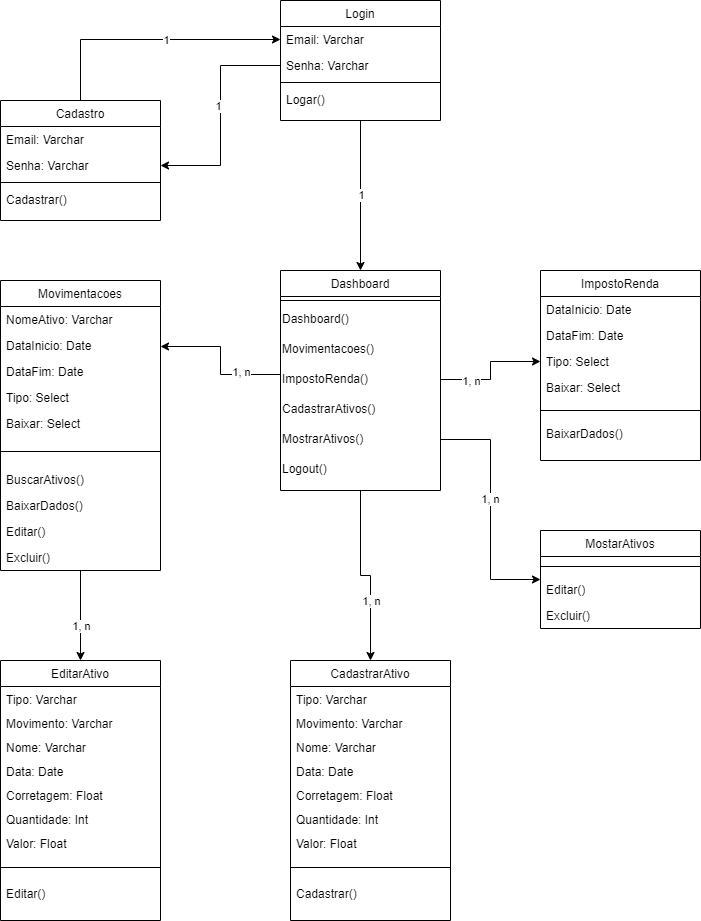
Above: imagens/Diagrama.png in Daniel1542/Laravel-gerenciador-acoes (draw.io), before the change. Source tidied: cells renumbered, new cells last; positions are measured from the earlier drawing's top-left corner, leaving out a move shared by most shapes.
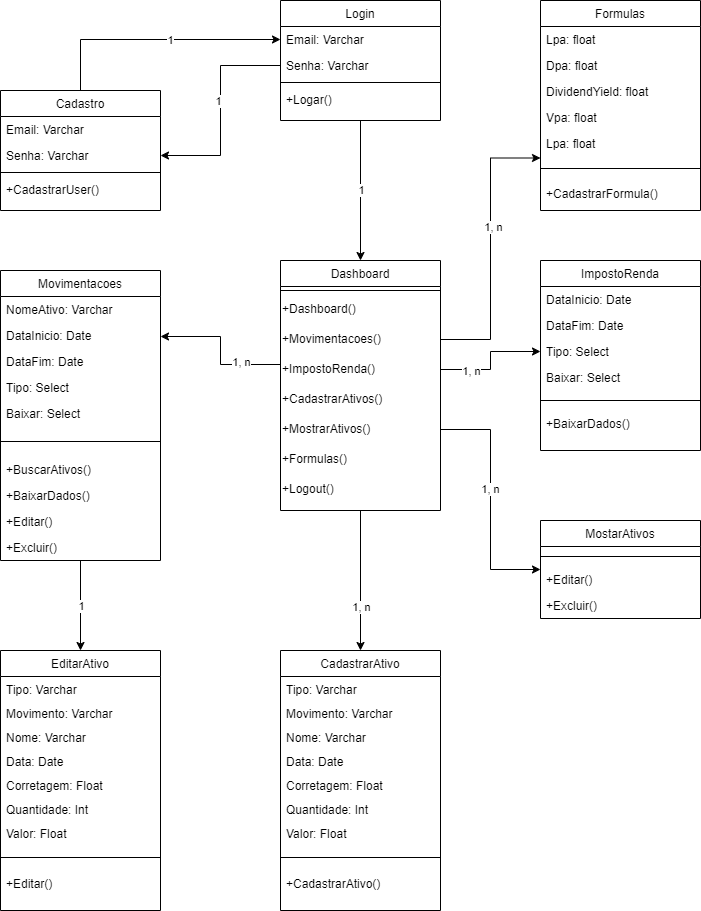
The same file after the commit.

The edit, as a diff of the source:
```diff
@@ -14,15 +14,15 @@
     <mxCell id="5" style="line;html=1;strokeWidth=1;align=left;verticalAlign=middle;spacingTop=-1;spacingLeft=3;spacingRight=3;labelPosition=right;" parent="2" vertex="1">
       <mxGeometry y="78" width="160" height="8" as="geometry" />
     </mxCell>
-    <mxCell id="6" value="Cadastrar()" style="text;align=left;verticalAlign=top;spacingLeft=4;spacingRight=4;overflow=hidden;" parent="2" vertex="1">
+    <mxCell id="6" value="+CadastrarUser()" style="text;align=left;verticalAlign=top;spacingLeft=4;spacingRight=4;overflow=hidden;" parent="2" vertex="1">
       <mxGeometry y="86" width="160" height="26" as="geometry" />
     </mxCell>
     <mxCell id="7" style="edgeStyle=orthogonalEdgeStyle;rounded=0;jettySize=auto;html=1;entryX=0.5;entryY=0;entryDx=0;entryDy=0;" parent="1" edge="1" source="9" target="20">
       <mxGeometry relative="1" as="geometry" />
     </mxCell>
-    <mxCell id="8" value="1, n" style="edgeLabel;html=1;align=center;verticalAlign=middle;" parent="7" vertex="1">
+    <mxCell id="8" value="1" style="edgeLabel;html=1;align=center;verticalAlign=middle;" parent="7" vertex="1">
       <mxGeometry x="0.51" y="-1" relative="1" as="geometry">
-        <mxPoint x="1" y="-13" as="offset" />
+        <mxPoint x="1" y="-23" as="offset" />
       </mxGeometry>
     </mxCell>
     <mxCell id="9" value="Movimentacoes" style="swimlane;fontStyle=0;align=center;verticalAlign=top;horizontal=1;startSize=26;rounded=0;shadow=0;strokeWidth=1;" parent="1" vertex="1">
@@ -46,16 +46,16 @@
     <mxCell id="15" style="line;html=1;strokeWidth=1;align=left;verticalAlign=middle;spacingTop=-1;spacingLeft=3;spacingRight=3;labelPosition=right;" parent="9" vertex="1">
       <mxGeometry y="156" width="160" height="30" as="geometry" />
     </mxCell>
-    <mxCell id="16" value="BuscarAtivos()" style="text;align=left;verticalAlign=top;spacingLeft=4;spacingRight=4;overflow=hidden;" parent="9" vertex="1">
+    <mxCell id="16" value="+BuscarAtivos()" style="text;align=left;verticalAlign=top;spacingLeft=4;spacingRight=4;overflow=hidden;" parent="9" vertex="1">
       <mxGeometry y="186" width="160" height="26" as="geometry" />
     </mxCell>
-    <mxCell id="17" value="BaixarDados()" style="text;align=left;verticalAlign=top;spacingLeft=4;spacingRight=4;overflow=hidden;" parent="9" vertex="1">
+    <mxCell id="17" value="+BaixarDados()" style="text;align=left;verticalAlign=top;spacingLeft=4;spacingRight=4;overflow=hidden;" parent="9" vertex="1">
       <mxGeometry y="212" width="160" height="26" as="geometry" />
     </mxCell>
-    <mxCell id="18" value="Editar()" style="text;align=left;verticalAlign=top;spacingLeft=4;spacingRight=4;overflow=hidden;" parent="9" vertex="1">
+    <mxCell id="18" value="+Editar()" style="text;align=left;verticalAlign=top;spacingLeft=4;spacingRight=4;overflow=hidden;" parent="9" vertex="1">
       <mxGeometry y="238" width="160" height="26" as="geometry" />
     </mxCell>
-    <mxCell id="19" value="Excluir()" style="text;align=left;verticalAlign=top;spacingLeft=4;spacingRight=4;overflow=hidden;" parent="9" vertex="1">
+    <mxCell id="19" value="+Excluir()" style="text;align=left;verticalAlign=top;spacingLeft=4;spacingRight=4;overflow=hidden;" parent="9" vertex="1">
       <mxGeometry y="264" width="160" height="26" as="geometry" />
     </mxCell>
     <mxCell id="20" value="EditarAtivo&#10;&#10;" style="swimlane;fontStyle=0;align=center;verticalAlign=top;horizontal=1;startSize=26;rounded=0;shadow=0;strokeWidth=1;" parent="1" vertex="1">
@@ -85,7 +85,7 @@
     <mxCell id="28" style="line;html=1;strokeWidth=1;align=left;verticalAlign=middle;spacingTop=-1;spacingLeft=3;spacingRight=3;labelPosition=right;" parent="20" vertex="1">
       <mxGeometry y="194" width="160" height="26" as="geometry" />
     </mxCell>
-    <mxCell id="29" value="Editar()" style="text;align=left;verticalAlign=top;spacingLeft=4;spacingRight=4;overflow=hidden;" parent="20" vertex="1">
+    <mxCell id="29" value="+Editar()" style="text;align=left;verticalAlign=top;spacingLeft=4;spacingRight=4;overflow=hidden;" parent="20" vertex="1">
       <mxGeometry y="220" width="160" height="26" as="geometry" />
     </mxCell>
     <mxCell id="30" style="edgeStyle=orthogonalEdgeStyle;rounded=0;jettySize=auto;html=1;entryX=0.5;entryY=0;entryDx=0;entryDy=0;" parent="1" edge="1" source="32" target="39">
@@ -95,7 +95,7 @@
       <mxGeometry x="-0.01" relative="1" as="geometry" />
     </mxCell>
     <mxCell id="32" value="Login" style="swimlane;fontStyle=0;align=center;verticalAlign=top;horizontal=1;startSize=26;rounded=0;shadow=0;strokeWidth=1;" parent="1" vertex="1">
-      <mxGeometry x="280" width="160" height="120" as="geometry" />
+      <mxGeometry x="280" y="10" width="160" height="120" as="geometry" />
     </mxCell>
     <mxCell id="33" value="Email: Varchar" style="text;align=left;verticalAlign=top;spacingLeft=4;spacingRight=4;overflow=hidden;points=[[0,0.5],[1,0.5]];portConstraint=eastwest;" parent="32" vertex="1">
       <mxGeometry y="26" width="160" height="26" as="geometry" />
@@ -106,7 +106,7 @@
     <mxCell id="35" style="line;html=1;strokeWidth=1;align=left;verticalAlign=middle;spacingTop=-1;spacingLeft=3;spacingRight=3;labelPosition=right;" parent="32" vertex="1">
       <mxGeometry y="78" width="160" height="8" as="geometry" />
     </mxCell>
-    <mxCell id="36" value="Logar()" style="text;align=left;verticalAlign=top;spacingLeft=4;spacingRight=4;overflow=hidden;" parent="32" vertex="1">
+    <mxCell id="36" value="+Logar()" style="text;align=left;verticalAlign=top;spacingLeft=4;spacingRight=4;overflow=hidden;" parent="32" vertex="1">
       <mxGeometry y="86" width="160" height="26" as="geometry" />
     </mxCell>
     <mxCell id="37" style="edgeStyle=orthogonalEdgeStyle;rounded=0;jettySize=auto;html=1;entryX=0.5;entryY=0;entryDx=0;entryDy=0;" parent="1" edge="1" source="39" target="51">
@@ -118,29 +118,32 @@
       </mxGeometry>
     </mxCell>
     <mxCell id="39" value="Dashboard" style="swimlane;fontStyle=0;align=center;verticalAlign=top;horizontal=1;startSize=26;rounded=0;shadow=0;strokeWidth=1;" parent="1" vertex="1">
-      <mxGeometry x="280" y="270" width="160" height="220" as="geometry" />
+      <mxGeometry x="280" y="270" width="160" height="250" as="geometry" />
     </mxCell>
     <mxCell id="40" style="line;html=1;strokeWidth=1;align=left;verticalAlign=middle;spacingTop=-1;spacingLeft=3;spacingRight=3;labelPosition=right;" parent="39" vertex="1">
       <mxGeometry y="26" width="160" height="8" as="geometry" />
     </mxCell>
-    <mxCell id="41" value="&lt;span style=&quot;&quot;&gt;Dashboard()&lt;/span&gt;" style="text;html=1;align=left;verticalAlign=middle;strokeColor=none;fillColor=none;" parent="39" vertex="1">
+    <mxCell id="41" value="&lt;span style=&quot;&quot;&gt;+Dashboard()&lt;/span&gt;" style="text;html=1;align=left;verticalAlign=middle;strokeColor=none;fillColor=none;" parent="39" vertex="1">
       <mxGeometry y="34" width="160" height="30" as="geometry" />
     </mxCell>
-    <mxCell id="42" value="&lt;span style=&quot;&quot;&gt;Movimentacoes()&lt;/span&gt;" style="text;html=1;align=left;verticalAlign=middle;points=[];strokeColor=none;fillColor=none;" parent="39" vertex="1">
+    <mxCell id="42" value="&lt;span style=&quot;&quot;&gt;+Movimentacoes()&lt;/span&gt;" style="text;html=1;align=left;verticalAlign=middle;points=[];strokeColor=none;fillColor=none;" parent="39" vertex="1">
       <mxGeometry y="64" width="160" height="30" as="geometry" />
     </mxCell>
-    <mxCell id="43" value="&lt;span style=&quot;&quot;&gt;ImpostoRenda()&lt;/span&gt;" style="text;html=1;align=left;verticalAlign=middle;points=[];strokeColor=none;fillColor=none;" parent="39" vertex="1">
+    <mxCell id="43" value="&lt;span style=&quot;&quot;&gt;+ImpostoRenda()&lt;/span&gt;" style="text;html=1;align=left;verticalAlign=middle;points=[];strokeColor=none;fillColor=none;" parent="39" vertex="1">
       <mxGeometry y="94" width="160" height="30" as="geometry" />
     </mxCell>
-    <mxCell id="44" value="&lt;span style=&quot;&quot;&gt;CadastrarAtivos()&lt;/span&gt;" style="text;html=1;align=left;verticalAlign=middle;strokeColor=none;fillColor=none;" parent="39" vertex="1">
+    <mxCell id="44" value="&lt;span style=&quot;&quot;&gt;+CadastrarAtivos()&lt;/span&gt;" style="text;html=1;align=left;verticalAlign=middle;strokeColor=none;fillColor=none;" parent="39" vertex="1">
       <mxGeometry y="124" width="160" height="30" as="geometry" />
     </mxCell>
-    <mxCell id="45" value="&lt;span style=&quot;&quot;&gt;MostrarAtivos()&lt;/span&gt;" style="text;html=1;align=left;verticalAlign=middle;points=[];strokeColor=none;fillColor=none;" parent="39" vertex="1">
+    <mxCell id="45" value="&lt;span style=&quot;&quot;&gt;+MostrarAtivos()&lt;/span&gt;" style="text;html=1;align=left;verticalAlign=middle;points=[];strokeColor=none;fillColor=none;" parent="39" vertex="1">
       <mxGeometry y="154" width="160" height="30" as="geometry" />
     </mxCell>
-    <mxCell id="46" value="&lt;span style=&quot;&quot;&gt;Logout()&lt;/span&gt;" style="text;html=1;align=left;verticalAlign=middle;strokeColor=none;fillColor=none;" parent="39" vertex="1">
+    <mxCell id="46" value="&lt;span style=&quot;&quot;&gt;+Formulas()&lt;/span&gt;" style="text;html=1;align=left;verticalAlign=middle;strokeColor=none;fillColor=none;" parent="39" vertex="1">
       <mxGeometry y="184" width="160" height="30" as="geometry" />
     </mxCell>
+    <mxCell id="78" value="&lt;span style=&quot;&quot;&gt;+Logout()&lt;/span&gt;" style="text;html=1;align=left;verticalAlign=middle;strokeColor=none;fillColor=none;" parent="39" vertex="1">
+      <mxGeometry y="214" width="160" height="30" as="geometry" />
+    </mxCell>
     <mxCell id="47" style="edgeStyle=orthogonalEdgeStyle;rounded=0;jettySize=auto;html=1;entryX=0;entryY=0.5;entryDx=0;entryDy=0;" parent="1" edge="1" source="2" target="33">
       <mxGeometry relative="1" as="geometry" />
     </mxCell>
@@ -164,7 +167,7 @@
       </mxGeometry>
     </mxCell>
     <mxCell id="51" value="CadastrarAtivo&#10;" style="swimlane;fontStyle=0;align=center;verticalAlign=top;horizontal=1;startSize=26;rounded=0;shadow=0;strokeWidth=1;" parent="1" vertex="1">
-      <mxGeometry x="290" y="660" width="160" height="260" as="geometry" />
+      <mxGeometry x="280" y="660" width="160" height="260" as="geometry" />
     </mxCell>
     <mxCell id="52" value="Tipo: Varchar " style="text;align=left;verticalAlign=top;spacingLeft=4;spacingRight=4;overflow=hidden;" parent="51" vertex="1">
       <mxGeometry y="26" width="160" height="24" as="geometry" />
@@ -190,7 +193,7 @@
     <mxCell id="59" style="line;html=1;strokeWidth=1;align=left;verticalAlign=middle;spacingTop=-1;spacingLeft=3;spacingRight=3;labelPosition=right;" parent="51" vertex="1">
       <mxGeometry y="194" width="160" height="26" as="geometry" />
     </mxCell>
-    <mxCell id="60" value="Cadastrar()" style="text;align=left;verticalAlign=top;spacingLeft=4;spacingRight=4;overflow=hidden;" parent="51" vertex="1">
+    <mxCell id="60" value="+CadastrarAtivo()" style="text;align=left;verticalAlign=top;spacingLeft=4;spacingRight=4;overflow=hidden;" parent="51" vertex="1">
       <mxGeometry y="220" width="160" height="26" as="geometry" />
     </mxCell>
     <mxCell id="61" style="edgeStyle=orthogonalEdgeStyle;rounded=0;jettySize=auto;html=1;entryX=1;entryY=0.5;entryDx=0;entryDy=0;" parent="1" edge="1" source="34" target="4">
@@ -217,7 +220,7 @@
     <mxCell id="68" style="line;html=1;strokeWidth=1;align=left;verticalAlign=middle;spacingTop=-1;spacingLeft=3;spacingRight=3;labelPosition=right;" parent="63" vertex="1">
       <mxGeometry y="130" width="160" height="20" as="geometry" />
     </mxCell>
-    <mxCell id="69" value="BaixarDados()" style="text;align=left;verticalAlign=top;spacingLeft=4;spacingRight=4;overflow=hidden;" parent="63" vertex="1">
+    <mxCell id="69" value="+BaixarDados()" style="text;align=left;verticalAlign=top;spacingLeft=4;spacingRight=4;overflow=hidden;" parent="63" vertex="1">
       <mxGeometry y="150" width="160" height="26" as="geometry" />
     </mxCell>
     <mxCell id="70" style="edgeStyle=orthogonalEdgeStyle;rounded=0;jettySize=auto;html=1;" parent="1" edge="1" source="43" target="66">
@@ -232,10 +235,10 @@
     <mxCell id="73" style="line;html=1;strokeWidth=1;align=left;verticalAlign=middle;spacingTop=-1;spacingLeft=3;spacingRight=3;labelPosition=right;" parent="72" vertex="1">
       <mxGeometry y="26" width="160" height="20" as="geometry" />
     </mxCell>
-    <mxCell id="74" value="Editar()" style="text;align=left;verticalAlign=top;spacingLeft=4;spacingRight=4;overflow=hidden;" parent="72" vertex="1">
+    <mxCell id="74" value="+Editar()" style="text;align=left;verticalAlign=top;spacingLeft=4;spacingRight=4;overflow=hidden;" parent="72" vertex="1">
       <mxGeometry y="46" width="160" height="26" as="geometry" />
     </mxCell>
-    <mxCell id="75" value="Excluir()" style="text;align=left;verticalAlign=top;spacingLeft=4;spacingRight=4;overflow=hidden;" parent="72" vertex="1">
+    <mxCell id="75" value="+Excluir()" style="text;align=left;verticalAlign=top;spacingLeft=4;spacingRight=4;overflow=hidden;" parent="72" vertex="1">
       <mxGeometry y="72" width="160" height="26" as="geometry" />
     </mxCell>
     <mxCell id="76" style="edgeStyle=orthogonalEdgeStyle;rounded=0;jettySize=auto;html=1;entryX=0;entryY=0.5;entryDx=0;entryDy=0;" parent="1" edge="1" source="45" target="72">
@@ -244,5 +247,35 @@
     <mxCell id="77" value="1, n" style="edgeLabel;html=1;align=center;verticalAlign=middle;" parent="76" vertex="1">
       <mxGeometry x="-0.09" y="-1" relative="1" as="geometry" />
     </mxCell>
+    <mxCell id="79" value="Formulas" style="swimlane;fontStyle=0;align=center;verticalAlign=top;horizontal=1;startSize=26;rounded=0;shadow=0;strokeWidth=1;" parent="1" vertex="1">
+      <mxGeometry x="540" y="10" width="160" height="210" as="geometry" />
+    </mxCell>
+    <mxCell id="80" value="Lpa: float" style="text;align=left;verticalAlign=top;spacingLeft=4;spacingRight=4;overflow=hidden;" parent="79" vertex="1">
+      <mxGeometry y="26" width="160" height="26" as="geometry" />
+    </mxCell>
+    <mxCell id="81" value="Dpa: float" style="text;align=left;verticalAlign=top;spacingLeft=4;spacingRight=4;overflow=hidden;" parent="79" vertex="1">
+      <mxGeometry y="52" width="160" height="26" as="geometry" />
+    </mxCell>
+    <mxCell id="82" value="DividendYield: float" style="text;align=left;verticalAlign=top;spacingLeft=4;spacingRight=4;overflow=hidden;" parent="79" vertex="1">
+      <mxGeometry y="78" width="160" height="26" as="geometry" />
+    </mxCell>
+    <mxCell id="83" value="Vpa: float" style="text;align=left;verticalAlign=top;spacingLeft=4;spacingRight=4;overflow=hidden;" parent="79" vertex="1">
+      <mxGeometry y="104" width="160" height="26" as="geometry" />
+    </mxCell>
+    <mxCell id="84" value="Lpa: float" style="text;align=left;verticalAlign=top;spacingLeft=4;spacingRight=4;overflow=hidden;" parent="79" vertex="1">
+      <mxGeometry y="130" width="160" height="26" as="geometry" />
+    </mxCell>
+    <mxCell id="85" style="line;html=1;strokeWidth=1;align=left;verticalAlign=middle;spacingTop=-1;spacingLeft=3;spacingRight=3;labelPosition=right;" parent="79" vertex="1">
+      <mxGeometry y="156" width="160" height="24" as="geometry" />
+    </mxCell>
+    <mxCell id="86" value="+CadastrarFormula()" style="text;align=left;verticalAlign=top;spacingLeft=4;spacingRight=4;overflow=hidden;" parent="79" vertex="1">
+      <mxGeometry y="180" width="160" height="20" as="geometry" />
+    </mxCell>
+    <mxCell id="87" style="edgeStyle=orthogonalEdgeStyle;rounded=0;jettySize=auto;html=1;entryX=0;entryY=0.75;entryDx=0;entryDy=0;" parent="1" edge="1" source="42" target="79">
+      <mxGeometry relative="1" as="geometry" />
+    </mxCell>
+    <mxCell id="88" value="1, n" style="edgeLabel;html=1;align=center;verticalAlign=middle;" parent="87" vertex="1">
+      <mxGeometry x="0.16" y="-2" relative="1" as="geometry" />
+    </mxCell>
   </root>
 </mxGraphModel>
```
